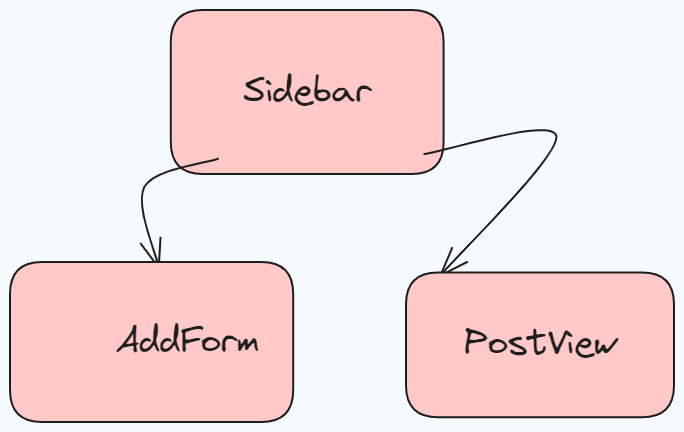
Above: structure.excalidraw.png in MaxBorovique/vue_dynamic-list-of-posts (Excalidraw), before the change. Source tidied: one line per element, renumbered; positions are measured from the earlier drawing's top-left corner, leaving out a move shared by most shapes.
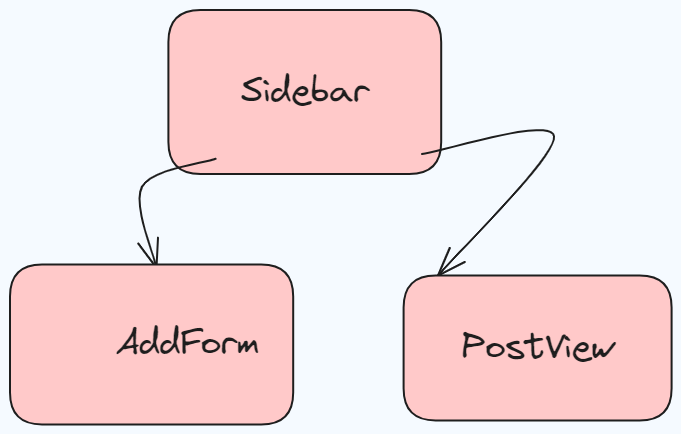
The same diagram one commit later.

What changed in the source:
```diff
@@ -1,8 +1,8 @@
 {"id": 0, "type": "rectangle", "strokeColor": "#1e1e1e", "backgroundColor": "#ffc9c9", "fillStyle": "solid", "strokeWidth": 2, "roughness": 0, "round": true, "x": 161, "y": 0, "width": 273, "height": 164}
 {"id": 1, "type": "text", "text": "Sidebar", "strokeColor": "#1e1e1e", "backgroundColor": "#ffc9c9", "fillStyle": "solid", "strokeWidth": 2, "roughness": 1, "fontSize": 36, "fontFamily": 1, "textAlign": "center", "verticalAlign": "middle", "inside": 0, "x": 233, "y": 60, "width": 128, "height": 45}
 {"id": 2, "type": "arrow", "strokeColor": "#1e1e1e", "backgroundColor": "#ffc9c9", "fillStyle": "solid", "strokeWidth": 2, "roughness": 0, "endArrowhead": "arrow", "round": true, "x": 208, "y": 149, "width": 74, "height": 109, "points": [[0, 0], [-74, 28], [-59, 109]]}
-{"id": 3, "type": "arrow", "strokeColor": "#1e1e1e", "backgroundColor": "#ffc9c9", "fillStyle": "solid", "strokeWidth": 2, "roughness": 0, "endArrowhead": "arrow", "round": true, "x": 414, "y": 144, "width": 132, "height": 139, "points": [[0, 0], [132, -18], [16, 122]]}
+{"id": 3, "type": "arrow", "strokeColor": "#1e1e1e", "backgroundColor": "#ffc9c9", "fillStyle": "solid", "strokeWidth": 2, "roughness": 0, "endArrowhead": "arrow", "round": true, "to": 6, "x": 414, "y": 144, "width": 132, "height": 139, "points": [[0, 0], [132, -18], [16, 122]]}
-{"id": 4, "type": "rectangle", "strokeColor": "#1e1e1e", "backgroundColor": "#ffc9c9", "fillStyle": "solid", "strokeWidth": 2, "roughness": 0, "round": true, "x": 0, "y": 252, "width": 283, "height": 160}
+{"id": 4, "type": "rectangle", "strokeColor": "#1e1e1e", "backgroundColor": "#ffc9c9", "fillStyle": "solid", "strokeWidth": 2, "roughness": 0, "round": true, "x": 2, "y": 254, "width": 283, "height": 160}
-{"id": 5, "type": "text", "text": "    AddForm", "strokeColor": "#1e1e1e", "backgroundColor": "#ffc9c9", "fillStyle": "solid", "strokeWidth": 2, "roughness": 0, "fontSize": 36, "fontFamily": 1, "textAlign": "center", "verticalAlign": "middle", "inside": 4, "x": 34, "y": 310, "width": 215, "height": 45}
+{"id": 5, "type": "text", "text": "    AddForm", "strokeColor": "#1e1e1e", "backgroundColor": "#ffc9c9", "fillStyle": "solid", "strokeWidth": 2, "roughness": 0, "fontSize": 36, "fontFamily": 1, "textAlign": "center", "verticalAlign": "middle", "inside": 4, "x": 36, "y": 312, "width": 215, "height": 45}
-{"id": 6, "type": "rectangle", "strokeColor": "#1e1e1e", "backgroundColor": "#ffc9c9", "fillStyle": "solid", "strokeWidth": 2, "roughness": 0, "round": true, "x": 396, "y": 262, "width": 268, "height": 145}
+{"id": 6, "type": "rectangle", "strokeColor": "#1e1e1e", "backgroundColor": "#ffc9c9", "fillStyle": "solid", "strokeWidth": 2, "roughness": 0, "round": true, "x": 396, "y": 266, "width": 268, "height": 145}
-{"id": 7, "type": "text", "text": "PostView", "strokeColor": "#1e1e1e", "backgroundColor": "#ffc9c9", "fillStyle": "solid", "strokeWidth": 2, "roughness": 0, "fontSize": 36, "fontFamily": 1, "textAlign": "center", "verticalAlign": "middle", "inside": 6, "x": 454, "y": 312, "width": 152, "height": 45}
+{"id": 7, "type": "text", "text": "PostView", "strokeColor": "#1e1e1e", "backgroundColor": "#ffc9c9", "fillStyle": "solid", "strokeWidth": 2, "roughness": 0, "fontSize": 36, "fontFamily": 1, "textAlign": "center", "verticalAlign": "middle", "inside": 6, "x": 454, "y": 316, "width": 152, "height": 45}
```
